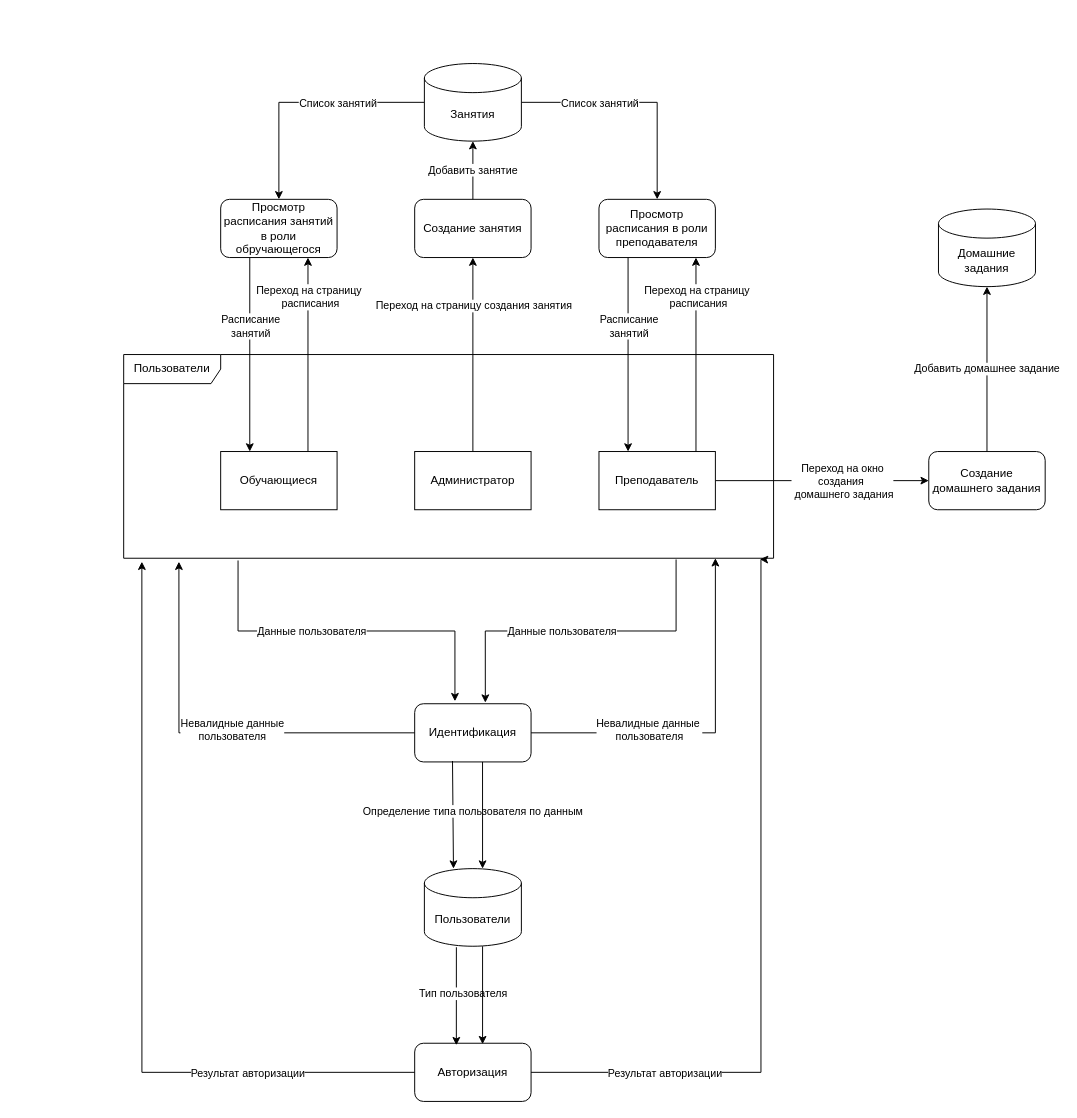
The draw.io diagram potoki_dd.drawio in flouressaint/myDiagrams, before the edit. Source tidied: cells renumbered, new cells numbered last; positions are measured from the earlier drawing's top-left corner, leaving out a move shared by most shapes. Both pictures are drawn from the tidied source at 97%, with x=0, y=0 at pixel (123, 63).
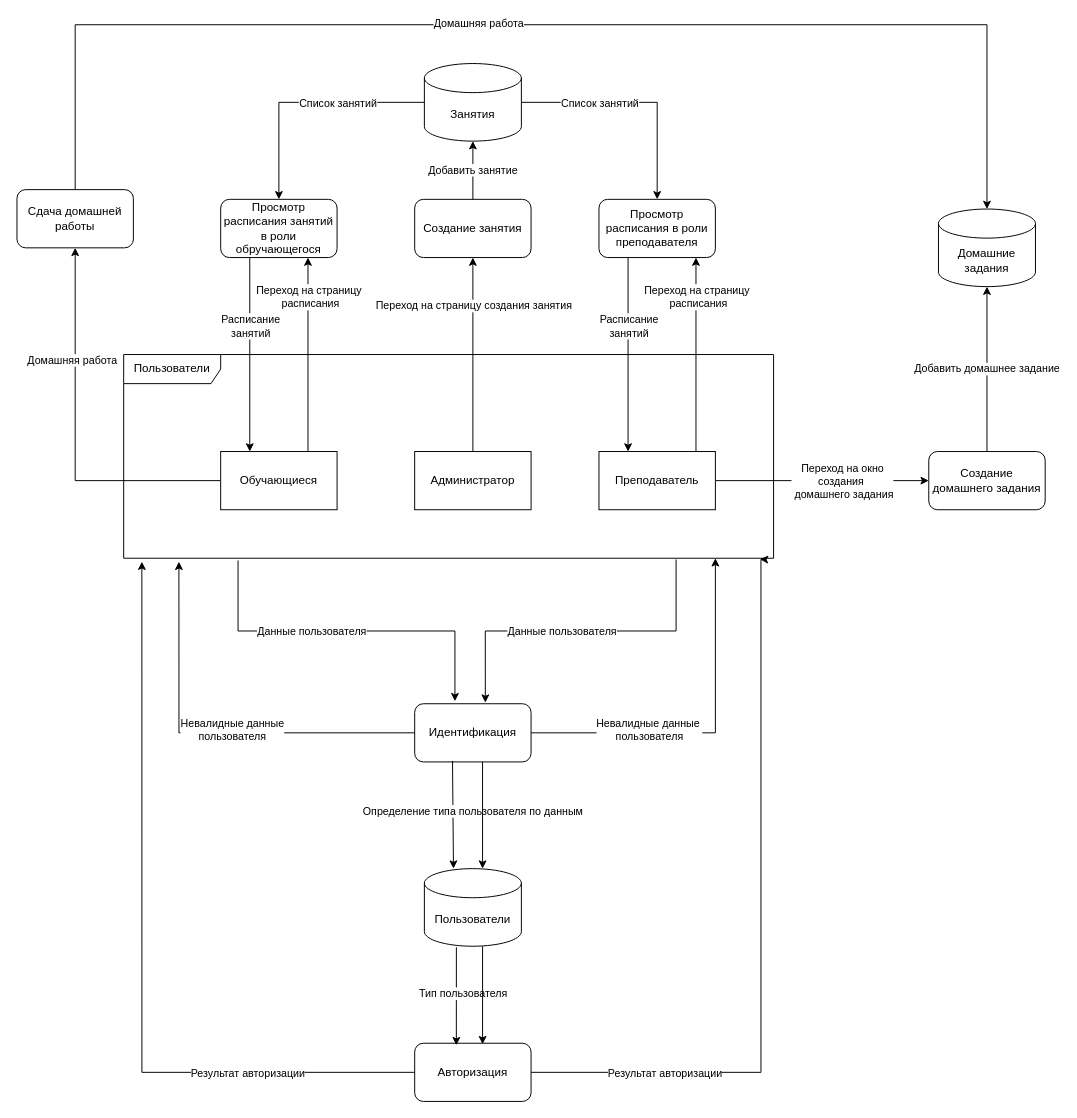
Above is the later version.

The change refers to these unchanged cells:
```xml
<mxCell id="17" value="Обучающиеся" style="rounded=0;whiteSpace=wrap;html=1;" parent="1" vertex="1">
  <mxGeometry x="100" y="400" width="120" height="60" as="geometry" />
</mxCell>
<mxCell id="33" value="Домашние задания" style="shape=cylinder3;whiteSpace=wrap;html=1;boundedLbl=1;backgroundOutline=1;size=15;" parent="1" vertex="1">
  <mxGeometry x="840" y="150" width="100" height="80" as="geometry" />
</mxCell>
```

The edit, as a diff of the source:
```diff
@@
+    <mxCell id="50" style="edgeStyle=orthogonalEdgeStyle;rounded=0;jettySize=auto;html=1;entryX=0.5;entryY=1;entryDx=0;entryDy=0;" parent="1" edge="1" source="17" target="52">
+      <mxGeometry relative="1" as="geometry" />
+    </mxCell>
+    <mxCell id="51" value="Домашняя работа" style="edgeLabel;html=1;align=center;verticalAlign=middle;" parent="50" vertex="1">
+      <mxGeometry x="0.41" y="4" relative="1" as="geometry" />
+    </mxCell>
@@
+    <mxCell id="52" value="Сдача домашней работы" style="rounded=1;whiteSpace=wrap;html=1;" parent="1" vertex="1">
+      <mxGeometry x="-110" y="130" width="120" height="60" as="geometry" />
+    </mxCell>
+    <mxCell id="53" style="edgeStyle=orthogonalEdgeStyle;rounded=0;jettySize=auto;html=1;entryX=0.5;entryY=0;entryDx=0;entryDy=0;entryPerimeter=0;" parent="1" edge="1" source="52" target="33">
+      <mxGeometry relative="1" as="geometry">
+        <Array as="points">
+          <mxPoint x="-50" y="-40" />
+          <mxPoint x="890" y="-40" />
+        </Array>
+      </mxGeometry>
+    </mxCell>
+    <mxCell id="54" value="Домашняя работа" style="edgeLabel;html=1;align=center;verticalAlign=middle;" parent="53" vertex="1">
+      <mxGeometry x="-0.1" y="2" relative="1" as="geometry" />
+    </mxCell>
```
